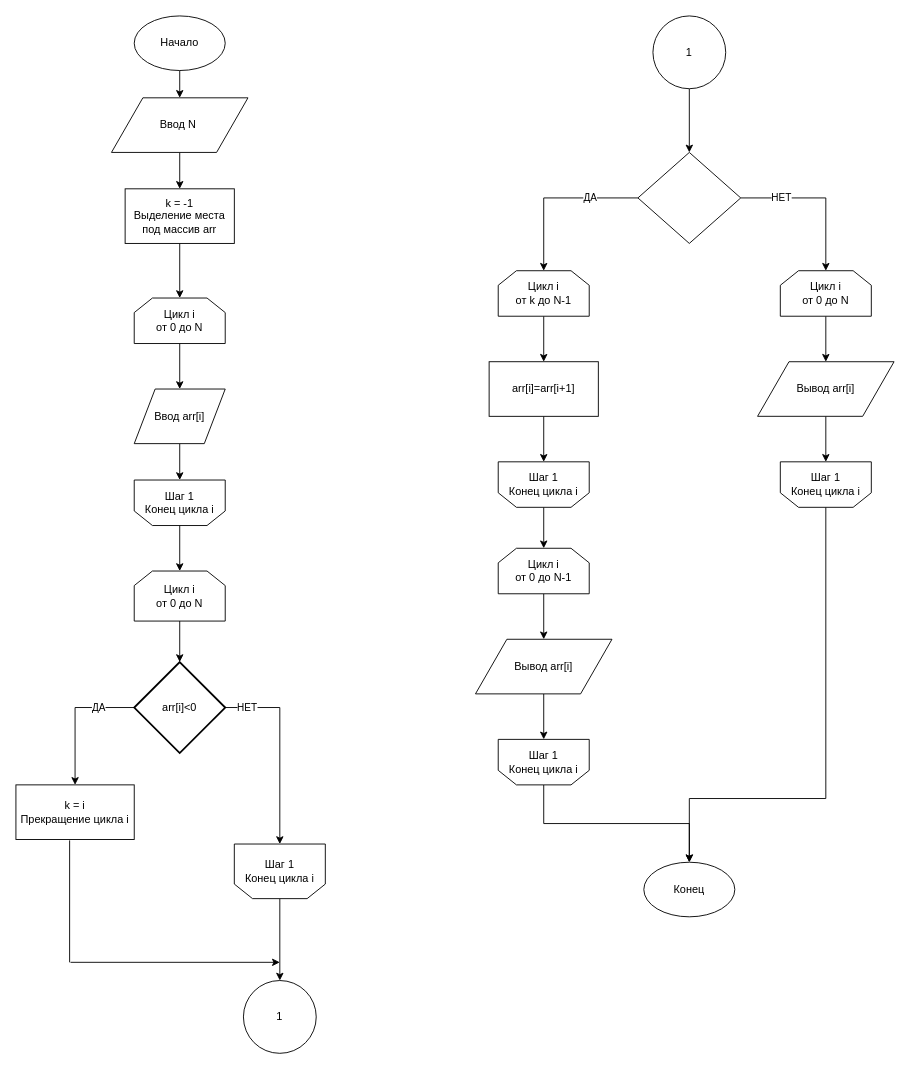
Earlier version of the draw.io diagram page "Страница 2" (2 of 6) of Диаграмма без названия.drawio (schlimmsten/PR_4-SCHEMES-). Source tidied: cells renumbered, new cells numbered last; positions are measured from the earlier drawing's top-left corner, leaving out a move shared by most shapes. Both pictures are drawn from the tidied source at 91%, with x=0, y=0 at pixel (15, 15).
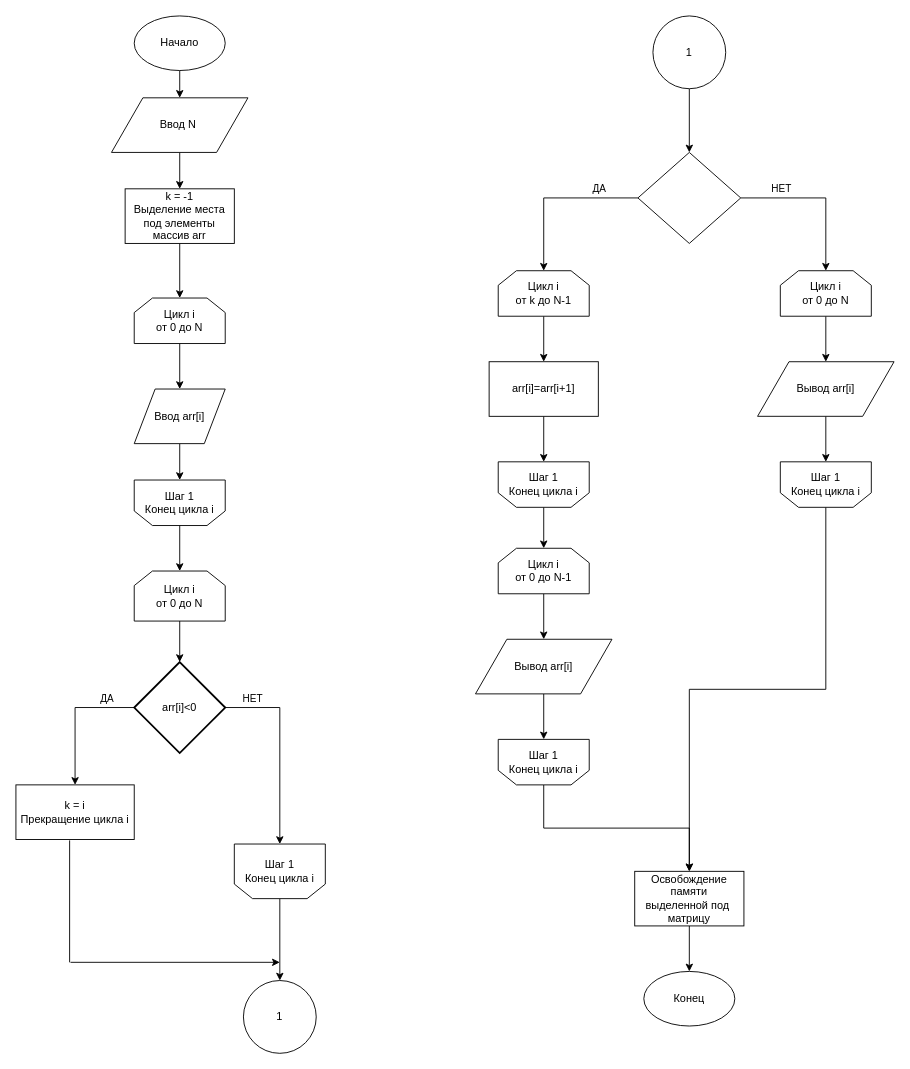
After the change.

The change refers to these unchanged cells:
```xml
<mxCell id="17" value="Шаг 1&lt;br&gt;Конец цикла i" style="shape=loopLimit;rotation=0;rounded=0;shadow=0;sketch=0;whiteSpace=wrap;html=1;labelPosition=center;verticalLabelPosition=middle;align=center;verticalAlign=middle;horizontal=1;flipH=0;flipV=1;" parent="1" vertex="1">
  <mxGeometry x="240" y="910" width="100" height="60" as="geometry" />
</mxCell>
<mxCell id="20" value="arr[i]&amp;lt;0" style="strokeWidth=2;html=1;shape=mxgraph.flowchart.decision;whiteSpace=wrap;rounded=0;shadow=0;sketch=0;" parent="1" vertex="1">
  <mxGeometry x="130" y="710" width="100" height="100" as="geometry" />
</mxCell>
<mxCell id="21" value="k = i&lt;br&gt;Прекращение цикла i" style="rounded=0;whiteSpace=wrap;html=1;shadow=0;sketch=0;strokeWidth=1;" parent="1" vertex="1">
  <mxGeometry y="845" width="130" height="60" as="geometry" />
</mxCell>
<mxCell id="27" style="rhombus;whiteSpace=wrap;html=1;rounded=0;shadow=0;sketch=0;strokeWidth=1;" parent="1" vertex="1">
  <mxGeometry x="683.5" y="150" width="113" height="100" as="geometry" />
</mxCell>
<mxCell id="29" value="Цикл i&lt;br&gt;от 0 до N" style="shape=loopLimit;whiteSpace=wrap;html=1;flipV=0;" parent="1" vertex="1">
  <mxGeometry x="840" y="280" width="100" height="50" as="geometry" />
</mxCell>
<mxCell id="33" value="Шаг 1&lt;br&gt;Конец цикла i" style="shape=loopLimit;rotation=0;rounded=0;shadow=0;sketch=0;whiteSpace=wrap;html=1;labelPosition=center;verticalLabelPosition=middle;align=center;verticalAlign=middle;horizontal=1;flipH=0;flipV=1;" parent="1" vertex="1">
  <mxGeometry x="840" y="490" width="100" height="50" as="geometry" />
</mxCell>
<mxCell id="35" value="Цикл i&lt;br&gt;от k до N-1" style="shape=loopLimit;whiteSpace=wrap;html=1;flipV=0;" parent="1" vertex="1">
  <mxGeometry x="530" y="280" width="100" height="50" as="geometry" />
</mxCell>
<mxCell id="45" value="Шаг 1&lt;br&gt;Конец цикла i" style="shape=loopLimit;rotation=0;rounded=0;shadow=0;sketch=0;whiteSpace=wrap;html=1;labelPosition=center;verticalLabelPosition=middle;align=center;verticalAlign=middle;horizontal=1;flipH=0;flipV=1;" parent="1" vertex="1">
  <mxGeometry x="530" y="795" width="100" height="50" as="geometry" />
</mxCell>
```

What changed in the source:
```diff
@@
-    <mxCell id="7" value="k = -1&lt;br&gt;Выделение места под массив arr" style="rounded=0;whiteSpace=wrap;html=1;shadow=0;sketch=0;strokeWidth=1;" parent="1" vertex="1">
+    <mxCell id="7" value="k = -1&lt;br&gt;Выделение места под элементы массив arr" style="rounded=0;whiteSpace=wrap;html=1;shadow=0;sketch=0;strokeWidth=1;" parent="1" vertex="1">
       <mxGeometry x="120" y="190" width="120" height="60" as="geometry" />
     </mxCell>
@@
     <mxCell id="18" value="ДА" style="edgeStyle=orthogonalEdgeStyle;rounded=0;jettySize=auto;html=1;exitX=0;exitY=0.5;exitDx=0;exitDy=0;exitPerimeter=0;entryX=0.5;entryY=0;entryDx=0;entryDy=0;" parent="1" edge="1" source="20" target="21">
-      <mxGeometry x="-0.48" relative="1" as="geometry" />
+      <mxGeometry x="-0.6" y="-10" relative="1" as="geometry" />
     </mxCell>
     <mxCell id="19" value="НЕТ" style="edgeStyle=orthogonalEdgeStyle;rounded=0;jettySize=auto;html=1;exitX=1;exitY=0.5;exitDx=0;exitDy=0;exitPerimeter=0;" parent="1" edge="1" source="20" target="17">
-      <mxGeometry x="-0.77" relative="1" as="geometry" />
+      <mxGeometry x="-0.71" y="10" relative="1" as="geometry" />
     </mxCell>
@@
     <mxCell id="25" value="НЕТ" style="edgeStyle=orthogonalEdgeStyle;rounded=0;jettySize=auto;html=1;exitX=1;exitY=0.5;exitDx=0;exitDy=0;entryX=0.5;entryY=0;entryDx=0;entryDy=0;" parent="1" edge="1" source="27" target="29">
-      <mxGeometry x="-0.5" relative="1" as="geometry">
+      <mxGeometry x="-0.5" y="10" relative="1" as="geometry">
         <mxPoint x="1" as="offset" />
       </mxGeometry>
     </mxCell>
     <mxCell id="26" value="ДА" style="edgeStyle=orthogonalEdgeStyle;rounded=0;jettySize=auto;html=1;exitX=0;exitY=0.5;exitDx=0;exitDy=0;" parent="1" edge="1" source="27" target="35">
-      <mxGeometry x="-0.42" relative="1" as="geometry" />
+      <mxGeometry x="-0.53" y="-10" relative="1" as="geometry" />
     </mxCell>
@@
-    <mxCell id="32" style="edgeStyle=orthogonalEdgeStyle;rounded=0;jettySize=auto;html=1;exitX=0.5;exitY=1;exitDx=0;exitDy=0;entryX=0.5;entryY=0;entryDx=0;entryDy=0;entryPerimeter=0;" parent="1" edge="1" source="33" target="46">
-      <mxGeometry relative="1" as="geometry">
-        <Array as="points">
-          <mxPoint x="890" y="860" />
-          <mxPoint x="740" y="860" />
-        </Array>
-      </mxGeometry>
-    </mxCell>
+    <mxCell id="49" style="edgeStyle=orthogonalEdgeStyle;rounded=0;jettySize=auto;html=1;exitX=0.5;exitY=1;exitDx=0;exitDy=0;entryX=0.5;entryY=0;entryDx=0;entryDy=0;" parent="1" edge="1" source="33" target="52">
+      <mxGeometry relative="1" as="geometry" />
+    </mxCell>
@@
-    <mxCell id="44" style="edgeStyle=orthogonalEdgeStyle;rounded=0;jettySize=auto;html=1;exitX=0.5;exitY=1;exitDx=0;exitDy=0;entryX=0.5;entryY=0;entryDx=0;entryDy=0;entryPerimeter=0;" parent="1" edge="1" source="45" target="46">
-      <mxGeometry relative="1" as="geometry" />
-    </mxCell>
+    <mxCell id="50" style="edgeStyle=orthogonalEdgeStyle;rounded=0;jettySize=auto;html=1;exitX=0.5;exitY=1;exitDx=0;exitDy=0;entryX=0.5;entryY=0;entryDx=0;entryDy=0;" parent="1" edge="1" source="45" target="52">
+      <mxGeometry relative="1" as="geometry" />
+    </mxCell>
@@
     <mxCell id="46" value="Конец" style="strokeWidth=1;html=1;shape=mxgraph.flowchart.start_1;whiteSpace=wrap;rounded=0;shadow=0;sketch=0;" parent="1" vertex="1">
-      <mxGeometry x="690" y="930" width="100" height="60" as="geometry" />
+      <mxGeometry x="690" y="1050" width="100" height="60" as="geometry" />
     </mxCell>
@@
+    <mxCell id="51" style="edgeStyle=orthogonalEdgeStyle;rounded=0;jettySize=auto;html=1;exitX=0.5;exitY=1;exitDx=0;exitDy=0;entryX=0.5;entryY=0;entryDx=0;entryDy=0;entryPerimeter=0;" parent="1" edge="1" source="52" target="46">
+      <mxGeometry relative="1" as="geometry" />
+    </mxCell>
+    <mxCell id="52" value="Освобождение&lt;br&gt;памяти&lt;br&gt;выделенной под&amp;nbsp;&lt;br&gt;матрицу" style="rounded=0;whiteSpace=wrap;html=1;strokeWidth=1;" parent="1" vertex="1">
+      <mxGeometry x="680" y="940" width="120" height="60" as="geometry" />
+    </mxCell>
```
